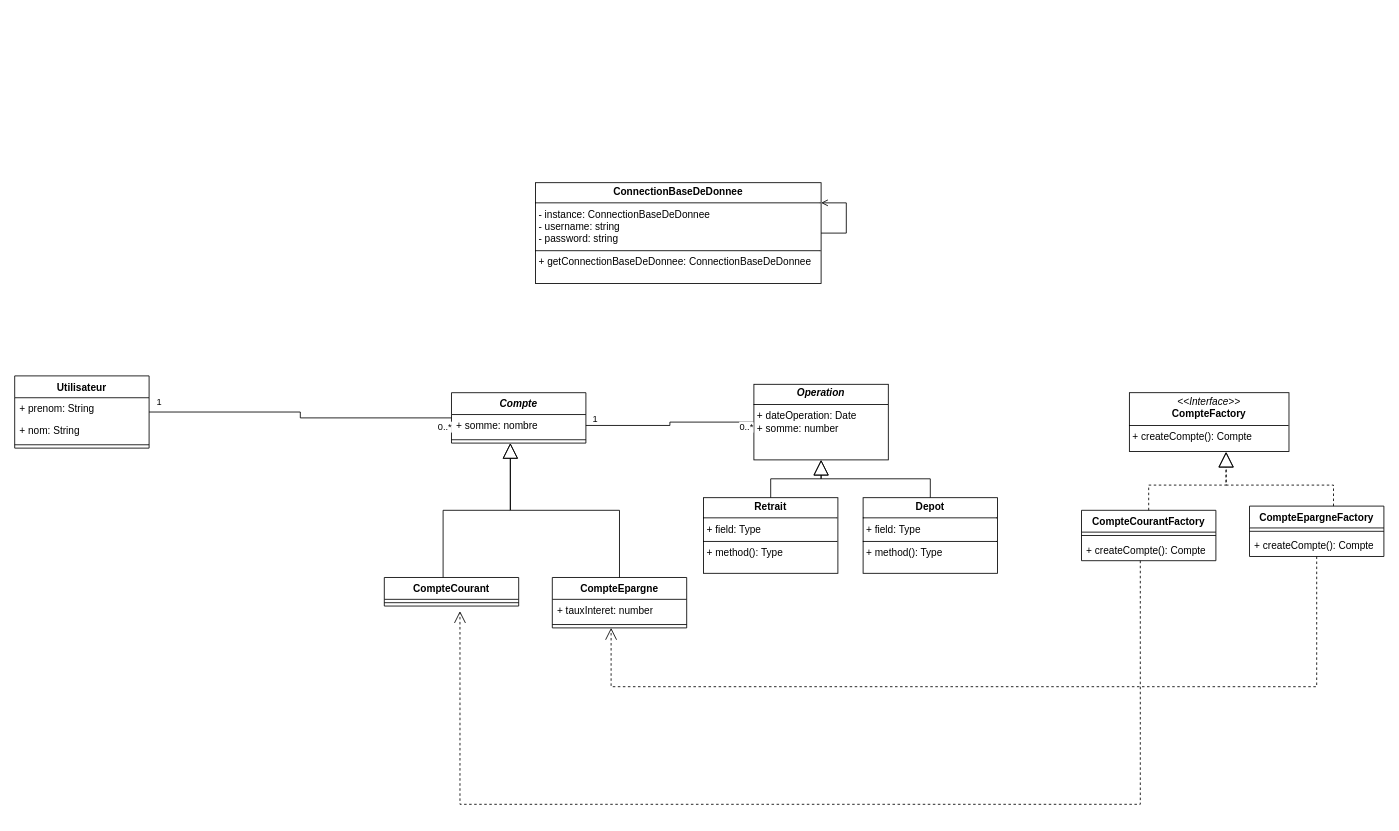
Above: docs/DiagrammeDeClasse.drawio in SamuelFMS/18-Dev-Design-Patern (draw.io), before the change. Source tidied: cells renumbered, new cells numbered last; positions are measured from the earlier drawing's top-left corner, leaving out a move shared by most shapes. Both pictures are drawn from the tidied source at 84%, with x=0, y=0 at pixel (14, 182).
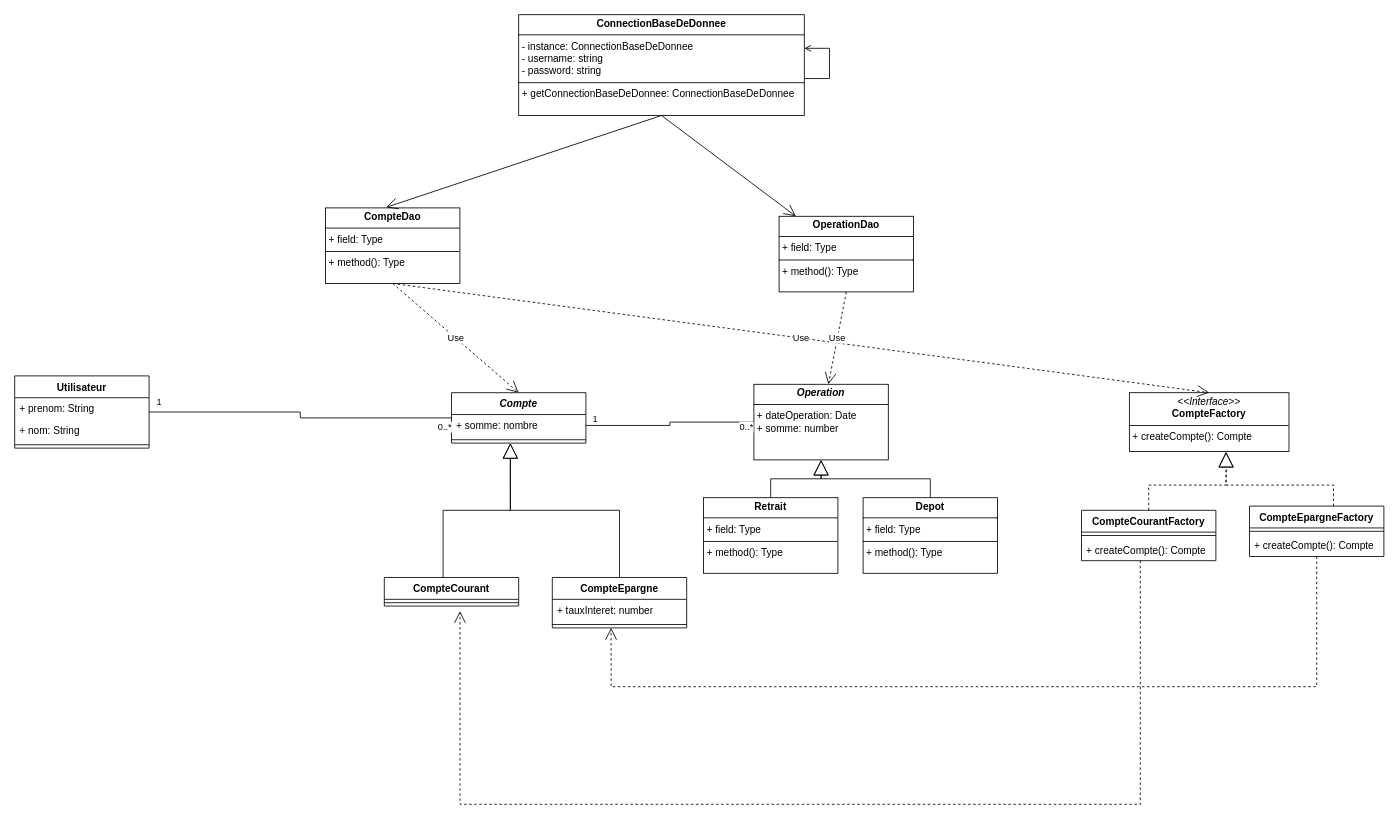
Above is the later version.

Commit message:
docs: Ajout dans le Diagramme de classe, CompteDao et OperationDao

Unchanged cells that the change refers to:
```xml
<mxCell id="4" value="&lt;i&gt;Compte&lt;/i&gt;" style="swimlane;fontStyle=1;align=center;verticalAlign=top;horizontal=1;startSize=26;whiteSpace=wrap;html=1;" parent="1" vertex="1">
  <mxGeometry x="520" y="250" width="160" height="60" as="geometry" />
</mxCell>
<mxCell id="14" value="&lt;p style=&quot;margin:0px;margin-top:4px;text-align:center;&quot;&gt;&lt;i&gt;&amp;lt;&amp;lt;Interface&amp;gt;&amp;gt;&lt;/i&gt;&lt;br&gt;&lt;b&gt;CompteFactory&lt;/b&gt;&lt;/p&gt;&lt;hr size=&quot;1&quot; style=&quot;border-style:solid;&quot;&gt;&lt;p style=&quot;margin:0px;margin-left:4px;&quot;&gt;+ createCompte(): Compte&lt;br&gt;&lt;/p&gt;" style="verticalAlign=top;align=left;overflow=fill;html=1;whiteSpace=wrap;" parent="1" vertex="1">
  <mxGeometry x="1327" y="250" width="190" height="70" as="geometry" />
</mxCell>
<mxCell id="30" value="&lt;p style=&quot;margin:0px;margin-top:4px;text-align:center;&quot;&gt;&lt;b&gt;&lt;i&gt;Operation&lt;/i&gt;&lt;/b&gt;&lt;/p&gt;&lt;hr size=&quot;1&quot; style=&quot;border-style:solid;&quot;&gt;&lt;p style=&quot;margin:0px;margin-left:4px;&quot;&gt;+ dateOperation: Date&lt;/p&gt;&lt;p style=&quot;margin:0px;margin-left:4px;&quot;&gt;+ s&lt;span style=&quot;background-color: transparent; color: light-dark(#000000, var(--ge-light-color, #ffffff));&quot;&gt;omme: number&lt;/span&gt;&lt;/p&gt;" style="verticalAlign=top;align=left;overflow=fill;html=1;whiteSpace=wrap;" parent="1" vertex="1">
  <mxGeometry x="880" y="240" width="160" height="90" as="geometry" />
</mxCell>
```

Change to the diagram source:
```diff
@@
     <mxCell id="2" value="&lt;p style=&quot;margin:0px;margin-top:4px;text-align:center;&quot;&gt;&lt;b&gt;ConnectionBaseDeDonnee&lt;/b&gt;&lt;/p&gt;&lt;hr size=&quot;1&quot; style=&quot;border-style:solid;&quot;&gt;&lt;p style=&quot;margin:0px;margin-left:4px;&quot;&gt;- instance:&amp;nbsp;ConnectionBaseDeDonnee&lt;/p&gt;&lt;p style=&quot;margin:0px;margin-left:4px;&quot;&gt;- username: string&lt;/p&gt;&lt;p style=&quot;margin:0px;margin-left:4px;&quot;&gt;- password: string&lt;/p&gt;&lt;hr size=&quot;1&quot; style=&quot;border-style:solid;&quot;&gt;&lt;p style=&quot;margin:0px;margin-left:4px;&quot;&gt;+ getConnectionBaseDeDonnee&lt;span style=&quot;background-color: transparent; color: light-dark(#000000, var(--ge-light-color, #ffffff));&quot;&gt;:&amp;nbsp;&lt;/span&gt;&lt;span style=&quot;background-color: transparent; color: light-dark(#000000, var(--ge-light-color, #ffffff));&quot;&gt;ConnectionBaseDeDonnee&lt;/span&gt;&lt;/p&gt;" style="verticalAlign=top;align=left;overflow=fill;html=1;whiteSpace=wrap;" parent="1" vertex="1">
-      <mxGeometry x="620" width="340" height="120" as="geometry" />
+      <mxGeometry x="600" y="-200" width="340" height="120" as="geometry" />
     </mxCell>
     <mxCell id="3" style="endArrow=open;html=1;rounded=0;defaultLabelBackgroundColor=page;labelPadding=0 4;exitX=1;exitY=0.5;exitDx=0;exitDy=0;entryX=1.001;entryY=0.198;entryDx=0;entryDy=0;edgeStyle=orthogonalEdgeStyle;innerLoopWaypoints=1;entryPerimeter=0;endFill=0;" parent="1" edge="1">
       <mxGeometry x="0.98" relative="1" as="geometry">
-        <mxPoint x="960" y="60" as="sourcePoint" />
-        <mxPoint x="960" y="24" as="targetPoint" />
+        <mxPoint x="940" y="-124" as="sourcePoint" />
+        <mxPoint x="940" y="-160" as="targetPoint" />
         <Array as="points">
-          <mxPoint x="990" y="60" />
-          <mxPoint x="990" y="24" />
+          <mxPoint x="970" y="-124" />
+          <mxPoint x="970" y="-160" />
         </Array>
       </mxGeometry>
     </mxCell>
@@
+    <mxCell id="40" value="&lt;p style=&quot;margin:0px;margin-top:4px;text-align:center;&quot;&gt;&lt;b&gt;CompteDao&lt;/b&gt;&lt;/p&gt;&lt;hr size=&quot;1&quot; style=&quot;border-style:solid;&quot;&gt;&lt;p style=&quot;margin:0px;margin-left:4px;&quot;&gt;+ field: Type&lt;/p&gt;&lt;hr size=&quot;1&quot; style=&quot;border-style:solid;&quot;&gt;&lt;p style=&quot;margin:0px;margin-left:4px;&quot;&gt;+ method(): Type&lt;/p&gt;" style="verticalAlign=top;align=left;overflow=fill;html=1;whiteSpace=wrap;" parent="1" vertex="1">
+      <mxGeometry x="370" y="30" width="160" height="90" as="geometry" />
+    </mxCell>
+    <mxCell id="41" value="&lt;p style=&quot;margin:0px;margin-top:4px;text-align:center;&quot;&gt;&lt;b&gt;OperationDao&lt;/b&gt;&lt;/p&gt;&lt;hr size=&quot;1&quot; style=&quot;border-style:solid;&quot;&gt;&lt;p style=&quot;margin:0px;margin-left:4px;&quot;&gt;+ field: Type&lt;/p&gt;&lt;hr size=&quot;1&quot; style=&quot;border-style:solid;&quot;&gt;&lt;p style=&quot;margin:0px;margin-left:4px;&quot;&gt;+ method(): Type&lt;/p&gt;" style="verticalAlign=top;align=left;overflow=fill;html=1;whiteSpace=wrap;" parent="1" vertex="1">
+      <mxGeometry x="910" y="40" width="160" height="90" as="geometry" />
+    </mxCell>
+    <mxCell id="42" style="endArrow=open;endFill=1;endSize=12;html=1;rounded=0;defaultLabelBackgroundColor=page;labelPadding=0 4;exitX=0.5;exitY=1;exitDx=0;exitDy=0;entryX=0.451;entryY=-0.007;entryDx=0;entryDy=0;entryPerimeter=0;" parent="1" edge="1" source="2" target="40">
+      <mxGeometry relative="1" as="geometry" />
+    </mxCell>
+    <mxCell id="43" style="endArrow=open;endFill=1;endSize=12;html=1;rounded=0;defaultLabelBackgroundColor=page;labelPadding=0 4;exitX=0.5;exitY=1;exitDx=0;exitDy=0;" parent="1" edge="1" source="2" target="41">
+      <mxGeometry relative="1" as="geometry" />
+    </mxCell>
+    <mxCell id="44" value="Use" style="endArrow=open;endSize=12;dashed=1;html=1;rounded=0;defaultLabelBackgroundColor=page;labelPadding=0 4;exitX=0.5;exitY=1;exitDx=0;exitDy=0;entryX=0.5;entryY=0;entryDx=0;entryDy=0;" parent="1" edge="1" source="40" target="4">
+      <mxGeometry relative="1" as="geometry" />
+    </mxCell>
+    <mxCell id="45" value="Use" style="endArrow=open;endSize=12;dashed=1;html=1;rounded=0;defaultLabelBackgroundColor=page;labelPadding=0 4;exitX=0.5;exitY=1;exitDx=0;exitDy=0;entryX=0.5;entryY=0;entryDx=0;entryDy=0;" parent="1" edge="1" source="40" target="14">
+      <mxGeometry relative="1" as="geometry" />
+    </mxCell>
+    <mxCell id="46" value="Use" style="endArrow=open;endSize=12;dashed=1;html=1;rounded=0;defaultLabelBackgroundColor=page;labelPadding=0 4;exitX=0.5;exitY=1;exitDx=0;exitDy=0;" parent="1" edge="1" source="41" target="30">
+      <mxGeometry relative="1" as="geometry" />
+    </mxCell>
```
